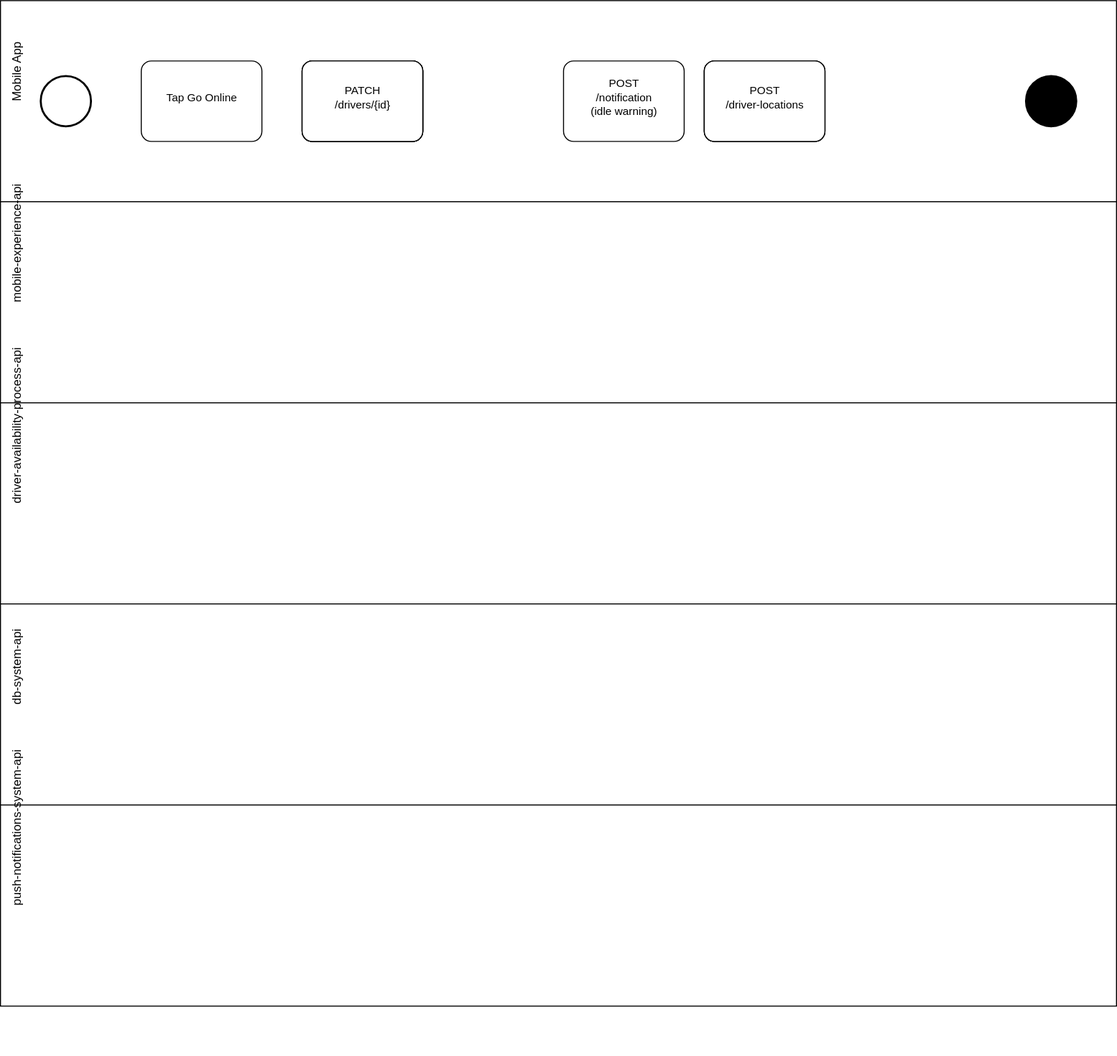
Earlier version of the draw.io export architecture/diagrams/use-cases/driver-availability-use-case.drawio.svg (RideXpress/docs). Source tidied: cells renumbered, new cells last; positions are measured from the earlier drawing's top-left corner, leaving out a move shared by most shapes.
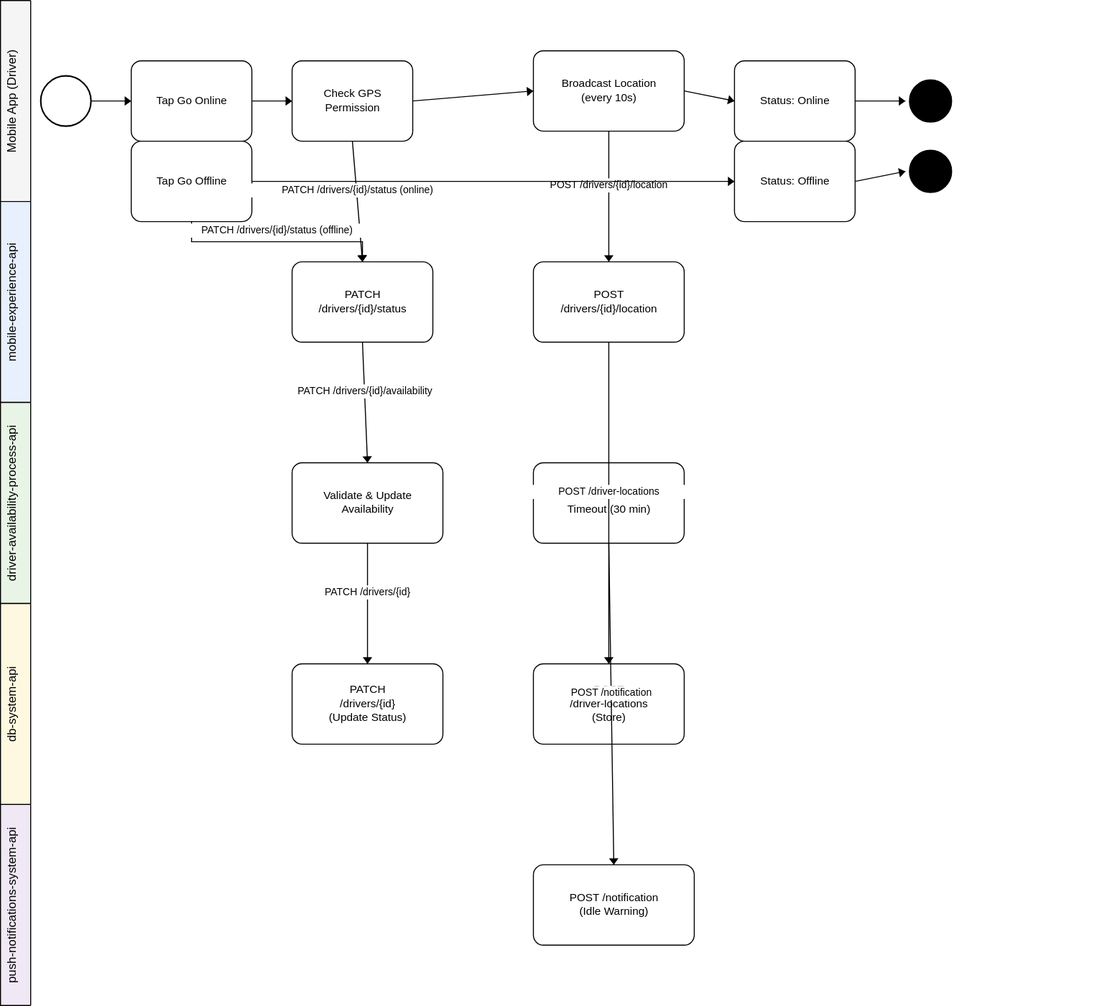
Later version of the same file.

The edit, as a diff of the source:
```diff
@@ -1,99 +1,132 @@
 <mxGraphModel>
   <root>
-    <mxCell id="0" />
-    <mxCell id="1" parent="0" />
-    <mxCell id="2" value="Mobile App" style="swimlane;horizontal=0;whiteSpace=wrap;html=1;" parent="1" vertex="1">
-      <mxGeometry width="1110" height="200" as="geometry" />
-    </mxCell>
+    <mxCell id="33" />
+    <mxCell id="34" parent="33" />
+    <mxCell id="35" value="Mobile App (Driver)" style="swimlane;horizontal=0;whiteSpace=wrap;html=1;" parent="34" vertex="1">
+      <mxGeometry width="1100" height="200" as="geometry" />
+    </mxCell>
-    <mxCell id="3" value="mobile-experience-api" style="swimlane;horizontal=0;whiteSpace=wrap;html=1;" parent="1" vertex="1">
-      <mxGeometry y="200" width="1110" height="200" as="geometry" />
+    <mxCell id="3" value="mobile-experience-api" style="swimlane;horizontal=0;whiteSpace=wrap;html=1;" parent="34" vertex="1">
+      <mxGeometry y="200" width="1100" height="200" as="geometry" />
     </mxCell>
-    <mxCell id="4" value="driver-availability-process-api" style="swimlane;horizontal=0;whiteSpace=wrap;html=1;" parent="1" vertex="1">
-      <mxGeometry y="400" width="1110" height="200" as="geometry" />
+    <mxCell id="4" value="driver-availability-process-api" style="swimlane;horizontal=0;whiteSpace=wrap;html=1;" parent="34" vertex="1">
+      <mxGeometry y="400" width="1100" height="200" as="geometry" />
     </mxCell>
-    <mxCell id="5" value="db-system-api" style="swimlane;horizontal=0;whiteSpace=wrap;html=1;" parent="1" vertex="1">
-      <mxGeometry y="600" width="1110" height="200" as="geometry" />
+    <mxCell id="5" value="db-system-api" style="swimlane;horizontal=0;whiteSpace=wrap;html=1;" parent="34" vertex="1">
+      <mxGeometry y="600" width="1100" height="200" as="geometry" />
     </mxCell>
-    <mxCell id="6" value="push-notifications-system-api" style="swimlane;horizontal=0;whiteSpace=wrap;html=1;" parent="1" vertex="1">
-      <mxGeometry y="800" width="1110" height="200" as="geometry" />
+    <mxCell id="6" value="push-notifications-system-api" style="swimlane;horizontal=0;whiteSpace=wrap;html=1;" parent="34" vertex="1">
+      <mxGeometry y="800" width="1100" height="200" as="geometry" />
     </mxCell>
-    <mxCell id="7" style="points=[[0.145,0.145,0],[0.5,0,0],[0.855,0.145,0],[1,0.5,0],[0.855,0.855,0],[0.5,1,0],[0.145,0.855,0],[0,0.5,0]];shape=mxgraph.bpmn.event;html=1;verticalLabelPosition=bottom;labelBackgroundColor=#ffffff;verticalAlign=top;align=center;perimeter=ellipsePerimeter;outlineConnect=0;outline=standard;symbol=general;" parent="2" vertex="1">
+    <mxCell id="7" style="points=[[0.145,0.145,0],[0.5,0,0],[0.855,0.145,0],[1,0.5,0],[0.855,0.855,0],[0.5,1,0],[0.145,0.855,0],[0,0.5,0]];shape=mxgraph.bpmn.event;html=1;verticalLabelPosition=bottom;labelBackgroundColor=#ffffff;verticalAlign=top;align=center;perimeter=ellipsePerimeter;outlineConnect=0;outline=standard;symbol=general;" parent="35" vertex="1">
       <mxGeometry x="40" y="75" width="50" height="50" as="geometry" />
     </mxCell>
-    <mxCell id="8" value="Tap Go Online" style="points=[[0.25,0,0],[0.5,0,0],[0.75,0,0],[1,0.25,0],[1,0.5,0],[1,0.75,0],[0.75,1,0],[0.5,1,0],[0.25,1,0],[0,0.75,0],[0,0.5,0],[0,0.25,0]];shape=mxgraph.bpmn.task;whiteSpace=wrap;rectStyle=rounded;size=10;html=1;taskMarker=abstract;" parent="2" vertex="1">
-      <mxGeometry x="140" y="60" width="120" height="80" as="geometry" />
+    <mxCell id="8" value="Tap Go Online" style="points=[[0.25,0,0],[0.5,0,0],[0.75,0,0],[1,0.25,0],[1,0.5,0],[1,0.75,0],[0.75,1,0],[0.5,1,0],[0.25,1,0],[0,0.75,0],[0,0.5,0],[0,0.25,0]];shape=mxgraph.bpmn.task;whiteSpace=wrap;rectStyle=rounded;size=10;html=1;taskMarker=abstract;" parent="35" vertex="1">
+      <mxGeometry x="130" y="60" width="120" height="80" as="geometry" />
     </mxCell>
-    <mxCell id="9" value="Request GPS Permission" style="points=[[0.25,0,0],[0.5,0,0],[0.75,0,0],[1,0.25,0],[1,0.5,0],[1,0.75,0],[0.75,1,0],[0.5,1,0],[0.25,1,0],[0,0.75,0],[0,0.5,0],[0,0.25,0]];shape=mxgraph.bpmn.task;whiteSpace=wrap;rectStyle=rounded;size=10;html=1;taskMarker=abstract;" parent="2" vertex="1">
-      <mxGeometry x="300" y="60" width="120" height="80" as="geometry" />
-    </mxCell>
+    <mxCell id="36" value="Check GPS Permission" style="points=[[0.25,0,0],[0.5,0,0],[0.75,0,0],[1,0.25,0],[1,0.5,0],[1,0.75,0],[0.75,1,0],[0.5,1,0],[0.25,1,0],[0,0.75,0],[0,0.5,0],[0,0.25,0]];shape=mxgraph.bpmn.task;whiteSpace=wrap;rectStyle=rounded;size=10;html=1;taskMarker=abstract;" parent="35" vertex="1">
+      <mxGeometry x="290" y="60" width="120" height="80" as="geometry" />
+    </mxCell>
-    <mxCell id="10" value="Broadcast Location (every 10s)" style="points=[[0.25,0,0],[0.5,0,0],[0.75,0,0],[1,0.25,0],[1,0.5,0],[1,0.75,0],[0.75,1,0],[0.5,1,0],[0.25,1,0],[0,0.75,0],[0,0.5,0],[0,0.25,0]];shape=mxgraph.bpmn.task;whiteSpace=wrap;rectStyle=rounded;size=10;html=1;taskMarker=abstract;" parent="2" vertex="1">
-      <mxGeometry x="700" y="60" width="120" height="80" as="geometry" />
+    <mxCell id="10" value="Broadcast Location (every 10s)" style="points=[[0.25,0,0],[0.5,0,0],[0.75,0,0],[1,0.25,0],[1,0.5,0],[1,0.75,0],[0.75,1,0],[0.5,1,0],[0.25,1,0],[0,0.75,0],[0,0.5,0],[0,0.25,0]];shape=mxgraph.bpmn.task;whiteSpace=wrap;rectStyle=rounded;size=10;html=1;taskMarker=abstract;" parent="35" vertex="1">
+      <mxGeometry x="530" y="50" width="150" height="80" as="geometry" />
     </mxCell>
-    <mxCell id="11" style="ellipse;whiteSpace=wrap;html=1;fillColor=#000000;" parent="2" vertex="1">
-      <mxGeometry x="1020" y="75" width="50" height="50" as="geometry" />
-    </mxCell>
-    <mxCell id="12" value="PATCH /drivers/{id}/status online" style="points=[[0.25,0,0],[0.5,0,0],[0.75,0,0],[1,0.25,0],[1,0.5,0],[1,0.75,0],[0.75,1,0],[0.5,1,0],[0.25,1,0],[0,0.75,0],[0,0.5,0],[0,0.25,0]];shape=mxgraph.bpmn.task;whiteSpace=wrap;rectStyle=rounded;size=10;html=1;taskMarker=abstract;" parent="3" vertex="1">
-      <mxGeometry x="300" y="60" width="120" height="80" as="geometry" />
-    </mxCell>
+    <mxCell id="37" value="Status: Online" style="points=[[0.25,0,0],[0.5,0,0],[0.75,0,0],[1,0.25,0],[1,0.5,0],[1,0.75,0],[0.75,1,0],[0.5,1,0],[0.25,1,0],[0,0.75,0],[0,0.5,0],[0,0.25,0]];shape=mxgraph.bpmn.task;whiteSpace=wrap;rectStyle=rounded;size=10;html=1;taskMarker=abstract;" parent="35" vertex="1">
+      <mxGeometry x="730" y="60" width="120" height="80" as="geometry" />
+    </mxCell>
+    <mxCell id="38" value="Tap Go Offline" style="points=[[0.25,0,0],[0.5,0,0],[0.75,0,0],[1,0.25,0],[1,0.5,0],[1,0.75,0],[0.75,1,0],[0.5,1,0],[0.25,1,0],[0,0.75,0],[0,0.5,0],[0,0.25,0]];shape=mxgraph.bpmn.task;whiteSpace=wrap;rectStyle=rounded;size=10;html=1;taskMarker=abstract;" parent="35" vertex="1">
+      <mxGeometry x="130" y="140" width="120" height="80" as="geometry" />
+    </mxCell>
+    <mxCell id="39" value="Status: Offline" style="points=[[0.25,0,0],[0.5,0,0],[0.75,0,0],[1,0.25,0],[1,0.5,0],[1,0.75,0],[0.75,1,0],[0.5,1,0],[0.25,1,0],[0,0.75,0],[0,0.5,0],[0,0.25,0]];shape=mxgraph.bpmn.task;whiteSpace=wrap;rectStyle=rounded;size=10;html=1;taskMarker=abstract;" parent="35" vertex="1">
+      <mxGeometry x="730" y="140" width="120" height="80" as="geometry" />
+    </mxCell>
+    <mxCell id="40" style="ellipse;whiteSpace=wrap;html=1;fillColor=#000000;" parent="35" vertex="1">
+      <mxGeometry x="900" y="75" width="50" height="50" as="geometry" />
+    </mxCell>
+    <mxCell id="41" style="ellipse;whiteSpace=wrap;html=1;fillColor=#000000;" parent="35" vertex="1">
+      <mxGeometry x="900" y="145" width="50" height="50" as="geometry" />
+    </mxCell>
+    <mxCell id="42" value="PATCH /drivers/{id}/status" style="points=[[0.25,0,0],[0.5,0,0],[0.75,0,0],[1,0.25,0],[1,0.5,0],[1,0.75,0],[0.75,1,0],[0.5,1,0],[0.25,1,0],[0,0.75,0],[0,0.5,0],[0,0.25,0]];shape=mxgraph.bpmn.task;whiteSpace=wrap;rectStyle=rounded;size=10;html=1;taskMarker=abstract;" parent="3" vertex="1">
+      <mxGeometry x="290" y="60" width="140" height="80" as="geometry" />
+    </mxCell>
     <mxCell id="13" value="POST /drivers/{id}/location" style="points=[[0.25,0,0],[0.5,0,0],[0.75,0,0],[1,0.25,0],[1,0.5,0],[1,0.75,0],[0.75,1,0],[0.5,1,0],[0.25,1,0],[0,0.75,0],[0,0.5,0],[0,0.25,0]];shape=mxgraph.bpmn.task;whiteSpace=wrap;rectStyle=rounded;size=10;html=1;taskMarker=abstract;" parent="3" vertex="1">
-      <mxGeometry x="700" y="60" width="120" height="80" as="geometry" />
+      <mxGeometry x="530" y="60" width="150" height="80" as="geometry" />
     </mxCell>
+    <mxCell id="43" value="Validate &amp; Update Availability" style="points=[[0.25,0,0],[0.5,0,0],[0.75,0,0],[1,0.25,0],[1,0.5,0],[1,0.75,0],[0.75,1,0],[0.5,1,0],[0.25,1,0],[0,0.75,0],[0,0.5,0],[0,0.25,0]];shape=mxgraph.bpmn.task;whiteSpace=wrap;rectStyle=rounded;size=10;html=1;taskMarker=abstract;" parent="4" vertex="1">
+      <mxGeometry x="290" y="60" width="150" height="80" as="geometry" />
+    </mxCell>
+    <mxCell id="44" value="Handle Idle Timeout (30 min)" style="points=[[0.25,0,0],[0.5,0,0],[0.75,0,0],[1,0.25,0],[1,0.5,0],[1,0.75,0],[0.75,1,0],[0.5,1,0],[0.25,1,0],[0,0.75,0],[0,0.5,0],[0,0.25,0]];shape=mxgraph.bpmn.task;whiteSpace=wrap;rectStyle=rounded;size=10;html=1;taskMarker=abstract;" parent="4" vertex="1">
+      <mxGeometry x="530" y="60" width="150" height="80" as="geometry" />
+    </mxCell>
+    <mxCell id="45" value="PATCH /drivers/{id} (Update Status)" style="points=[[0.25,0,0],[0.5,0,0],[0.75,0,0],[1,0.25,0],[1,0.5,0],[1,0.75,0],[0.75,1,0],[0.5,1,0],[0.25,1,0],[0,0.75,0],[0,0.5,0],[0,0.25,0]];shape=mxgraph.bpmn.task;whiteSpace=wrap;rectStyle=rounded;size=10;html=1;taskMarker=abstract;" parent="5" vertex="1">
+      <mxGeometry x="290" y="60" width="150" height="80" as="geometry" />
+    </mxCell>
+    <mxCell id="46" value="POST /driver-locations (Store)" style="points=[[0.25,0,0],[0.5,0,0],[0.75,0,0],[1,0.25,0],[1,0.5,0],[1,0.75,0],[0.75,1,0],[0.5,1,0],[0.25,1,0],[0,0.75,0],[0,0.5,0],[0,0.25,0]];shape=mxgraph.bpmn.task;whiteSpace=wrap;rectStyle=rounded;size=10;html=1;taskMarker=abstract;" parent="5" vertex="1">
+      <mxGeometry x="530" y="60" width="150" height="80" as="geometry" />
+    </mxCell>
+    <mxCell id="47" value="POST /notification (Idle Warning)" style="points=[[0.25,0,0],[0.5,0,0],[0.75,0,0],[1,0.25,0],[1,0.5,0],[1,0.75,0],[0.75,1,0],[0.5,1,0],[0.25,1,0],[0,0.75,0],[0,0.5,0],[0,0.25,0]];shape=mxgraph.bpmn.task;whiteSpace=wrap;rectStyle=rounded;size=10;html=1;taskMarker=abstract;" parent="6" vertex="1">
+      <mxGeometry x="530" y="60" width="160" height="80" as="geometry" />
+    </mxCell>
+    <mxCell id="18" style="edgeStyle=orthogonalEdgeStyle;rounded=0;jettySize=auto;html=1;" parent="34" edge="1" source="7" target="8">
+      <mxGeometry relative="1" as="geometry" />
+    </mxCell>
+    <mxCell id="48" style="edgeStyle=orthogonalEdgeStyle;rounded=0;jettySize=auto;html=1;" parent="34" edge="1" source="8" target="36">
+      <mxGeometry relative="1" as="geometry" />
+    </mxCell>
+    <mxCell id="49" style="edgeStyle=orthogonalEdgeStyle;rounded=0;jettySize=auto;html=1;" parent="34" edge="1" source="36" target="42">
+      <mxGeometry relative="1" as="geometry" />
+    </mxCell>
+    <mxCell id="50" value="PATCH /drivers/{id}/status (online)" style="edgeLabel;html=1;align=center;verticalAlign=middle;" parent="49" vertex="1">
+      <mxGeometry relative="1" as="geometry" />
+    </mxCell>
+    <mxCell id="51" style="edgeStyle=orthogonalEdgeStyle;rounded=0;jettySize=auto;html=1;" parent="34" edge="1" source="42" target="43">
+      <mxGeometry relative="1" as="geometry" />
+    </mxCell>
-    <mxCell id="14" value="PATCH /drivers/{id}/availability" style="points=[[0.25,0,0],[0.5,0,0],[0.75,0,0],[1,0.25,0],[1,0.5,0],[1,0.75,0],[0.75,1,0],[0.5,1,0],[0.25,1,0],[0,0.75,0],[0,0.5,0],[0,0.25,0]];shape=mxgraph.bpmn.task;whiteSpace=wrap;rectStyle=rounded;size=10;html=1;taskMarker=abstract;" parent="4" vertex="1">
-      <mxGeometry x="300" y="60" width="120" height="80" as="geometry" />
+    <mxCell id="14" value="PATCH /drivers/{id}/availability" style="edgeLabel;html=1;align=center;verticalAlign=middle;points=[];" parent="51" vertex="1">
+      <mxGeometry relative="1" as="geometry" />
     </mxCell>
+    <mxCell id="52" style="edgeStyle=orthogonalEdgeStyle;rounded=0;jettySize=auto;html=1;" parent="34" edge="1" source="43" target="45">
+      <mxGeometry relative="1" as="geometry" />
+    </mxCell>
-    <mxCell id="15" value="PATCH /drivers/{id}" style="points=[[0.25,0,0],[0.5,0,0],[0.75,0,0],[1,0.25,0],[1,0.5,0],[1,0.75,0],[0.75,1,0],[0.5,1,0],[0.25,1,0],[0,0.75,0],[0,0.5,0],[0,0.25,0]];shape=mxgraph.bpmn.task;whiteSpace=wrap;rectStyle=rounded;size=10;html=1;taskMarker=abstract;" parent="5" vertex="1">
-      <mxGeometry x="300" y="60" width="120" height="80" as="geometry" />
+    <mxCell id="15" value="PATCH /drivers/{id}" style="edgeLabel;html=1;align=center;verticalAlign=middle;points=[];" parent="52" vertex="1">
+      <mxGeometry relative="1" as="geometry" />
     </mxCell>
+    <mxCell id="28" style="edgeStyle=orthogonalEdgeStyle;rounded=0;jettySize=auto;html=1;" parent="34" edge="1" source="10" target="13">
+      <mxGeometry relative="1" as="geometry" />
+    </mxCell>
+    <mxCell id="53" value="POST /drivers/{id}/location" style="edgeLabel;html=1;align=center;verticalAlign=middle;" parent="28" vertex="1">
+      <mxGeometry relative="1" as="geometry" />
+    </mxCell>
+    <mxCell id="54" style="edgeStyle=orthogonalEdgeStyle;rounded=0;jettySize=auto;html=1;" parent="34" edge="1" source="13" target="46">
+      <mxGeometry relative="1" as="geometry" />
+    </mxCell>
-    <mxCell id="16" value="POST /driver-locations" style="points=[[0.25,0,0],[0.5,0,0],[0.75,0,0],[1,0.25,0],[1,0.5,0],[1,0.75,0],[0.75,1,0],[0.5,1,0],[0.25,1,0],[0,0.75,0],[0,0.5,0],[0,0.25,0]];shape=mxgraph.bpmn.task;whiteSpace=wrap;rectStyle=rounded;size=10;html=1;taskMarker=abstract;" parent="5" vertex="1">
-      <mxGeometry x="700" y="60" width="120" height="80" as="geometry" />
+    <mxCell id="16" value="POST /driver-locations" style="edgeLabel;html=1;align=center;verticalAlign=middle;points=[];" parent="54" vertex="1">
+      <mxGeometry relative="1" as="geometry" />
     </mxCell>
-    <mxCell id="17" value="POST /notification (idle warning)" style="shape=mxgraph.bpmn.task;whiteSpace=wrap;rectStyle=rounded;size=10;html=1;taskMarker=abstract;" parent="6" vertex="1">
-      <mxGeometry x="560" y="60" width="120" height="80" as="geometry" />
-    </mxCell>
-    <mxCell id="18" style="edgeStyle=orthogonalEdgeStyle;rounded=0;jettySize=auto;html=1;" parent="2" edge="1" source="7" target="8">
-      <mxGeometry relative="1" as="geometry" />
-    </mxCell>
-    <mxCell id="19" style="edgeStyle=orthogonalEdgeStyle;rounded=0;jettySize=auto;html=1;" parent="2" edge="1" source="8" target="9">
-      <mxGeometry relative="1" as="geometry" />
-    </mxCell>
-    <mxCell id="20" style="edgeStyle=orthogonalEdgeStyle;rounded=0;jettySize=auto;html=1;" parent="1" edge="1" source="9" target="12">
-      <mxGeometry relative="1" as="geometry" />
-    </mxCell>
-    <mxCell id="21" value="PATCH status=online" style="edgeLabel;html=1;align=center;verticalAlign=middle;" parent="20" vertex="1">
-      <mxGeometry relative="1" as="geometry" />
-    </mxCell>
-    <mxCell id="22" style="edgeStyle=orthogonalEdgeStyle;rounded=0;jettySize=auto;html=1;" parent="1" edge="1" source="12" target="14">
-      <mxGeometry relative="1" as="geometry" />
-    </mxCell>
-    <mxCell id="23" value="PATCH availability" style="edgeLabel;html=1;align=center;verticalAlign=middle;" parent="22" vertex="1">
-      <mxGeometry relative="1" as="geometry" />
-    </mxCell>
-    <mxCell id="24" style="edgeStyle=orthogonalEdgeStyle;rounded=0;jettySize=auto;html=1;" parent="1" edge="1" source="14" target="15">
-      <mxGeometry relative="1" as="geometry" />
-    </mxCell>
-    <mxCell id="25" value="Update status" style="edgeLabel;html=1;align=center;verticalAlign=middle;" parent="24" vertex="1">
-      <mxGeometry relative="1" as="geometry" />
-    </mxCell>
-    <mxCell id="26" style="edgeStyle=orthogonalEdgeStyle;rounded=0;jettySize=auto;html=1;" parent="1" edge="1" source="15" target="10">
-      <mxGeometry relative="1" as="geometry" />
-    </mxCell>
-    <mxCell id="27" value="Online confirmed" style="edgeLabel;html=1;align=center;verticalAlign=middle;" parent="26" vertex="1">
-      <mxGeometry relative="1" as="geometry" />
-    </mxCell>
-    <mxCell id="28" style="edgeStyle=orthogonalEdgeStyle;rounded=0;jettySize=auto;html=1;" parent="1" edge="1" source="10" target="13">
-      <mxGeometry relative="1" as="geometry" />
-    </mxCell>
-    <mxCell id="29" value="POST location" style="edgeLabel;html=1;align=center;verticalAlign=middle;" parent="28" vertex="1">
-      <mxGeometry relative="1" as="geometry" />
-    </mxCell>
-    <mxCell id="30" style="edgeStyle=orthogonalEdgeStyle;rounded=0;jettySize=auto;html=1;" parent="1" edge="1" source="13" target="16">
-      <mxGeometry relative="1" as="geometry" />
-    </mxCell>
-    <mxCell id="31" value="Store location" style="edgeLabel;html=1;align=center;verticalAlign=middle;" parent="30" vertex="1">
-      <mxGeometry relative="1" as="geometry" />
-    </mxCell>
-    <mxCell id="32" style="edgeStyle=orthogonalEdgeStyle;rounded=0;jettySize=auto;html=1;" parent="2" edge="1" source="10" target="11">
-      <mxGeometry relative="1" as="geometry" />
-    </mxCell>
+    <mxCell id="55" style="edgeStyle=orthogonalEdgeStyle;rounded=0;jettySize=auto;html=1;" parent="34" edge="1" source="36" target="10">
+      <mxGeometry relative="1" as="geometry" />
+    </mxCell>
+    <mxCell id="56" style="edgeStyle=orthogonalEdgeStyle;rounded=0;jettySize=auto;html=1;" parent="34" edge="1" source="10" target="37">
+      <mxGeometry relative="1" as="geometry" />
+    </mxCell>
+    <mxCell id="57" style="edgeStyle=orthogonalEdgeStyle;rounded=0;jettySize=auto;html=1;" parent="34" edge="1" source="37" target="40">
+      <mxGeometry relative="1" as="geometry" />
+    </mxCell>
+    <mxCell id="58" style="edgeStyle=orthogonalEdgeStyle;rounded=0;jettySize=auto;html=1;" parent="34" edge="1" source="44" target="47">
+      <mxGeometry relative="1" as="geometry" />
+    </mxCell>
+    <mxCell id="59" value="POST /notification" style="edgeLabel;html=1;align=center;verticalAlign=middle;" parent="58" vertex="1">
+      <mxGeometry relative="1" as="geometry" />
+    </mxCell>
+    <mxCell id="60" style="edgeStyle=orthogonalEdgeStyle;rounded=0;jettySize=auto;html=1;" parent="34" edge="1" source="38" target="42">
+      <mxGeometry relative="1" as="geometry" />
+    </mxCell>
+    <mxCell id="61" value="PATCH /drivers/{id}/status (offline)" style="edgeLabel;html=1;align=center;verticalAlign=middle;" parent="60" vertex="1">
+      <mxGeometry relative="1" as="geometry" />
+    </mxCell>
+    <mxCell id="62" style="edgeStyle=orthogonalEdgeStyle;rounded=0;jettySize=auto;html=1;" parent="34" edge="1" source="38" target="39">
+      <mxGeometry relative="1" as="geometry" />
+    </mxCell>
+    <mxCell id="63" style="edgeStyle=orthogonalEdgeStyle;rounded=0;jettySize=auto;html=1;" parent="34" edge="1" source="39" target="41">
+      <mxGeometry relative="1" as="geometry" />
+    </mxCell>
   </root>
 </mxGraphModel>
```
